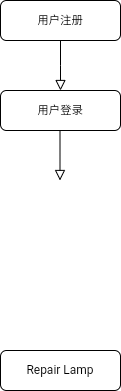
Above: user-flow.drawio.png in nanxfu/Practice (draw.io), before the change. Source tidied: cells renumbered, new cells last; positions are measured from the earlier drawing's top-left corner, leaving out a move shared by most shapes.
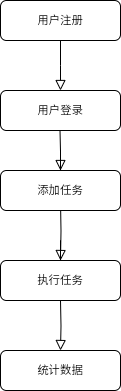
After the change.

What changed in the source:
```diff
@@ -10,17 +10,45 @@
     <mxCell id="3" value="用户注册" style="rounded=1;whiteSpace=wrap;html=1;fontSize=12;glass=0;strokeWidth=1;shadow=0;" parent="1" vertex="1">
       <mxGeometry width="120" height="40" as="geometry" />
     </mxCell>
-    <mxCell id="4" value="Repair Lamp" style="rounded=1;whiteSpace=wrap;html=1;fontSize=12;glass=0;strokeWidth=1;shadow=0;" parent="1" vertex="1">
-      <mxGeometry y="350" width="120" height="40" as="geometry" />
-    </mxCell>
     <mxCell id="5" value="用户登录" style="rounded=1;whiteSpace=wrap;html=1;fontSize=12;glass=0;strokeWidth=1;shadow=0;" parent="1" vertex="1">
       <mxGeometry y="90" width="120" height="40" as="geometry" />
     </mxCell>
-    <mxCell id="6" style="rounded=0;html=1;jettySize=auto;orthogonalLoop=1;fontSize=11;endArrow=block;endFill=0;endSize=8;strokeWidth=1;shadow=0;labelBackgroundColor=none;edgeStyle=orthogonalEdgeStyle;" parent="1" edge="1">
+    <mxCell id="6" style="rounded=0;html=1;jettySize=auto;fontSize=11;endArrow=block;endFill=0;endSize=8;strokeWidth=1;shadow=0;labelBackgroundColor=none;edgeStyle=orthogonalEdgeStyle;" parent="1" edge="1" source="12">
       <mxGeometry relative="1" as="geometry">
-        <mxPoint x="59.5" y="130" as="sourcePoint" />
         <mxPoint x="59.5" y="180" as="targetPoint" />
       </mxGeometry>
     </mxCell>
+    <mxCell id="7" style="rounded=0;html=1;jettySize=auto;fontSize=11;endArrow=block;endFill=0;endSize=8;strokeWidth=1;shadow=0;labelBackgroundColor=none;edgeStyle=orthogonalEdgeStyle;" parent="1" edge="1" source="4">
+      <mxGeometry relative="1" as="geometry">
+        <mxPoint x="59.5" y="270" as="targetPoint" />
+      </mxGeometry>
+    </mxCell>
+    <mxCell id="8" style="rounded=0;html=1;jettySize=auto;fontSize=11;endArrow=block;endFill=0;endSize=8;strokeWidth=1;shadow=0;labelBackgroundColor=none;edgeStyle=orthogonalEdgeStyle;" parent="1" edge="1" target="4">
+      <mxGeometry relative="1" as="geometry">
+        <mxPoint x="60" y="200" as="sourcePoint" />
+      </mxGeometry>
+    </mxCell>
+    <mxCell id="4" value="执行任务" style="rounded=1;whiteSpace=wrap;html=1;fontSize=12;glass=0;strokeWidth=1;shadow=0;" parent="1" vertex="1">
+      <mxGeometry y="260" width="120" height="40" as="geometry" />
+    </mxCell>
+    <mxCell id="9" style="rounded=0;html=1;jettySize=auto;fontSize=11;endArrow=block;endFill=0;endSize=8;strokeWidth=1;shadow=0;labelBackgroundColor=none;edgeStyle=orthogonalEdgeStyle;" parent="1" edge="1" target="10">
+      <mxGeometry relative="1" as="geometry">
+        <mxPoint x="60" y="300" as="sourcePoint" />
+      </mxGeometry>
+    </mxCell>
+    <mxCell id="10" value="统计数据" style="rounded=1;whiteSpace=wrap;html=1;fontSize=12;glass=0;strokeWidth=1;shadow=0;" parent="1" vertex="1">
+      <mxGeometry y="350" width="120" height="40" as="geometry" />
+    </mxCell>
+    <mxCell id="11" style="rounded=0;html=1;jettySize=auto;fontSize=11;endArrow=block;endFill=0;endSize=8;strokeWidth=1;shadow=0;labelBackgroundColor=none;edgeStyle=orthogonalEdgeStyle;" parent="1" edge="1" target="12">
+      <mxGeometry relative="1" as="geometry">
+        <mxPoint x="59.5" y="130" as="sourcePoint" />
+      </mxGeometry>
+    </mxCell>
+    <mxCell id="12" value="添加任务" style="rounded=1;whiteSpace=wrap;html=1;fontSize=12;glass=0;strokeWidth=1;shadow=0;" parent="1" vertex="1">
+      <mxGeometry y="170" width="120" height="40" as="geometry" />
+    </mxCell>
+    <mxCell id="13" style="edgeStyle=none;curved=1;rounded=0;orthogonalLoop=1;jettySize=auto;html=1;entryX=0.5;entryY=1;entryDx=0;entryDy=0;fontSize=12;startSize=8;endSize=8;" parent="1" edge="1" source="12" target="12">
+      <mxGeometry relative="1" as="geometry" />
+    </mxCell>
   </root>
 </mxGraphModel>
```
